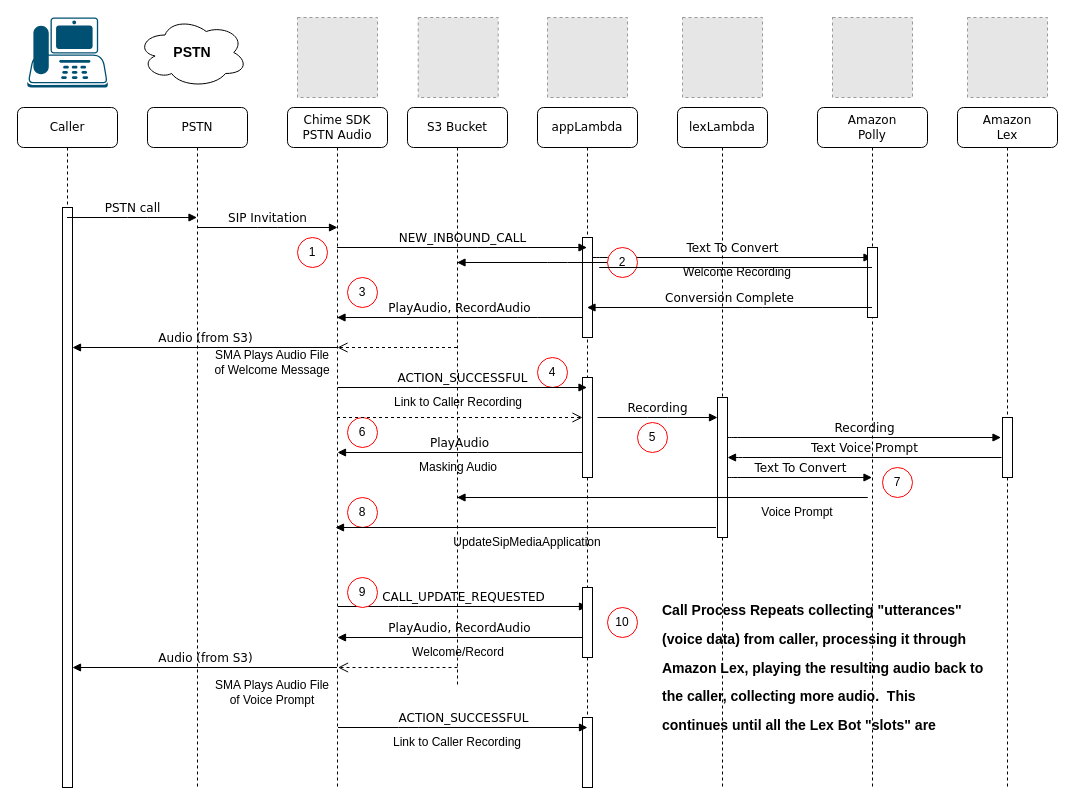
Before: drawings/callflow.drawio in aws-samples/amazon-chime-sdk-lex-pstn-demo, a draw.io diagram. Source tidied: cells renumbered, new cells numbered last; positions are measured from the earlier drawing's top-left corner, leaving out a move shared by most shapes. Both pictures are drawn from the tidied source at 100%, with x=0, y=0 at pixel (17, 17). Pictures stored in the file or linked from it are replaced by grey dashed boxes.
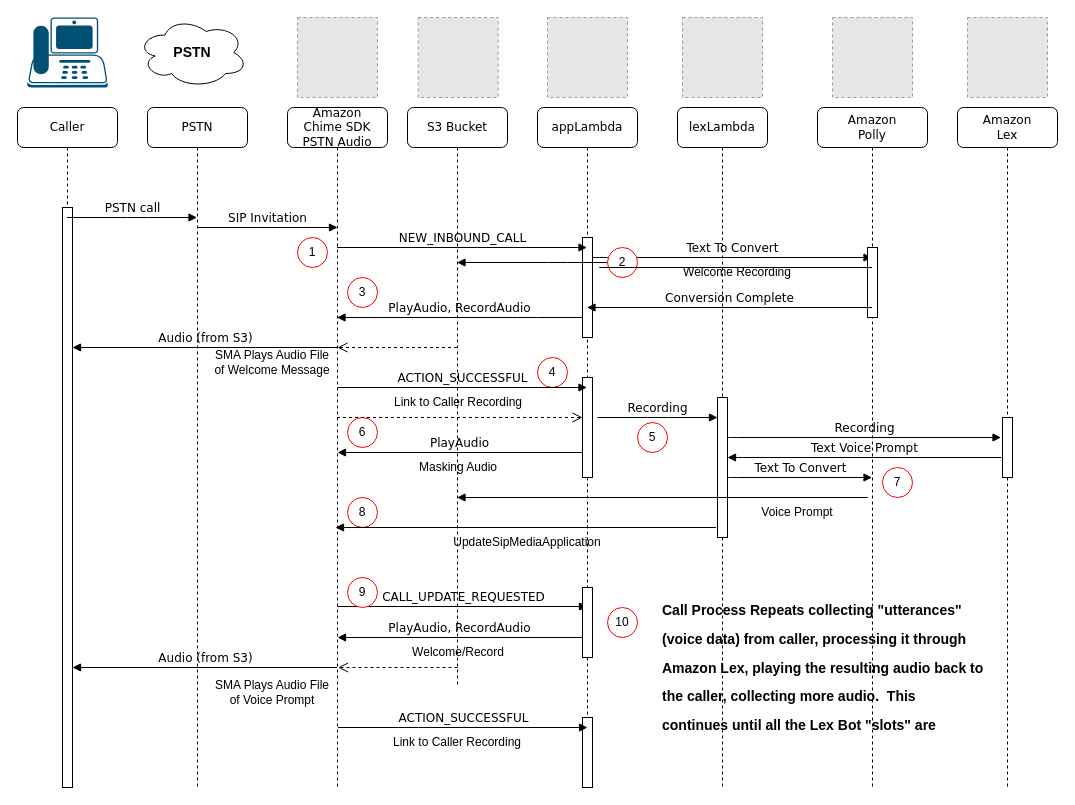
After the change.

Commit message (it also covers changes not shown here):
updated to say Amazon Chime

What changed in the source:
```diff
@@
-    <mxCell id="2" value="Chime SDK&lt;br&gt;PSTN Audio" style="shape=umlLifeline;perimeter=lifelinePerimeter;whiteSpace=wrap;html=1;outlineConnect=0;rounded=1;shadow=0;comic=0;labelBackgroundColor=none;strokeWidth=1;fontFamily=Verdana;fontSize=12;align=center;" parent="1" vertex="1">
+    <mxCell id="2" value="Amazon&lt;br&gt;Chime SDK&lt;br&gt;PSTN Audio" style="shape=umlLifeline;perimeter=lifelinePerimeter;whiteSpace=wrap;html=1;outlineConnect=0;rounded=1;shadow=0;comic=0;labelBackgroundColor=none;strokeWidth=1;fontFamily=Verdana;fontSize=12;align=center;" parent="1" vertex="1">
       <mxGeometry x="270" y="90" width="100" height="680" as="geometry" />
     </mxCell>
```
